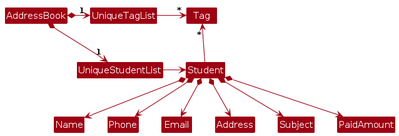
This is diagrams/BetterModelClassDiagram.png from AY2425S1-CS2103T-F14a-1/tp, a PlantUML export, as it was before one commit. Its source is kept beside it as diagrams/BetterModelClassDiagram.puml.
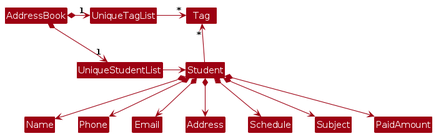
Above is the later version.

Change to the diagram source:
```diff
@@ -18,6 +18,7 @@
 Student *--> Phone
 Student *--> Email
 Student *--> Address
+Student *--> Schedule
 Student *--> Subject
 Student *--> PaidAmount
 @enduml
```
